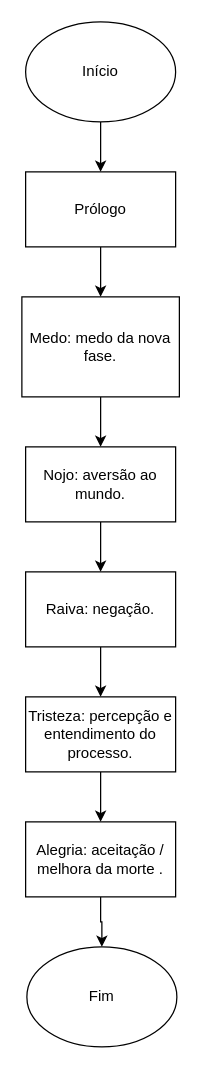
Earlier version of the draw.io diagram jogo_fases.drawio (as1lo/diagramas). Source tidied: cells renumbered, new cells numbered last; positions are measured from the earlier drawing's top-left corner, leaving out a move shared by most shapes. Both pictures are drawn from the tidied source at 125%, with x=0, y=0 at pixel (21, 21).
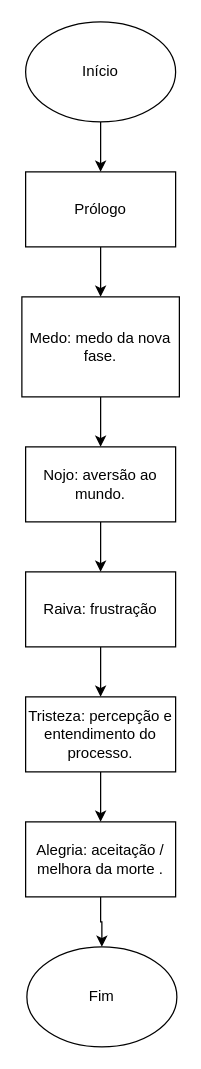
Above is the later version.

The edit, as a diff of the source:
```diff
@@
 <mxGraphModel>
   <root>
     <mxCell id="0" />
     <mxCell id="1" parent="0" />
     <mxCell id="2" style="edgeStyle=orthogonalEdgeStyle;rounded=0;jettySize=auto;html=1;entryX=0.5;entryY=0;entryDx=0;entryDy=0;" parent="1" edge="1" source="3" target="5">
       <mxGeometry relative="1" as="geometry" />
     </mxCell>
     <mxCell id="3" value="Início" style="ellipse;whiteSpace=wrap;html=1;" parent="1" vertex="1">
       <mxGeometry x="3" width="120" height="80" as="geometry" />
     </mxCell>
     <mxCell id="4" style="edgeStyle=orthogonalEdgeStyle;rounded=0;jettySize=auto;html=1;entryX=0.5;entryY=0;entryDx=0;entryDy=0;" parent="1" edge="1" source="5" target="7">
       <mxGeometry relative="1" as="geometry" />
     </mxCell>
     <mxCell id="5" value="Prólogo" style="rounded=0;whiteSpace=wrap;html=1;" parent="1" vertex="1">
       <mxGeometry x="3" y="120" width="120" height="60" as="geometry" />
     </mxCell>
     <mxCell id="6" style="edgeStyle=orthogonalEdgeStyle;rounded=0;jettySize=auto;html=1;entryX=0.5;entryY=0;entryDx=0;entryDy=0;" parent="1" edge="1" source="7" target="9">
       <mxGeometry relative="1" as="geometry" />
     </mxCell>
     <mxCell id="7" value="Medo: medo da nova fase." style="rounded=0;whiteSpace=wrap;html=1;" parent="1" vertex="1">
       <mxGeometry y="220" width="126" height="80" as="geometry" />
     </mxCell>
     <mxCell id="8" style="edgeStyle=orthogonalEdgeStyle;rounded=0;jettySize=auto;html=1;entryX=0.5;entryY=0;entryDx=0;entryDy=0;" parent="1" edge="1" source="9" target="11">
       <mxGeometry relative="1" as="geometry" />
     </mxCell>
     <mxCell id="9" value="Nojo: aversão ao mundo." style="rounded=0;whiteSpace=wrap;html=1;" parent="1" vertex="1">
       <mxGeometry x="3" y="340" width="120" height="60" as="geometry" />
     </mxCell>
     <mxCell id="10" style="edgeStyle=orthogonalEdgeStyle;rounded=0;jettySize=auto;html=1;entryX=0.5;entryY=0;entryDx=0;entryDy=0;" parent="1" edge="1" source="11" target="13">
       <mxGeometry relative="1" as="geometry" />
     </mxCell>
-    <mxCell id="11" value="Raiva: negação." style="rounded=0;whiteSpace=wrap;html=1;" parent="1" vertex="1">
+    <mxCell id="11" value="Raiva: frustração" style="rounded=0;whiteSpace=wrap;html=1;" parent="1" vertex="1">
       <mxGeometry x="3" y="440" width="120" height="60" as="geometry" />
     </mxCell>
     <mxCell id="12" style="edgeStyle=orthogonalEdgeStyle;rounded=0;jettySize=auto;html=1;entryX=0.5;entryY=0;entryDx=0;entryDy=0;" parent="1" edge="1" source="13" target="15">
       <mxGeometry relative="1" as="geometry" />
     </mxCell>
     <mxCell id="13" value="Tristeza: percepção e entendimento do processo." style="rounded=0;whiteSpace=wrap;html=1;" parent="1" vertex="1">
       <mxGeometry x="3" y="540" width="120" height="60" as="geometry" />
     </mxCell>
     <mxCell id="14" style="edgeStyle=orthogonalEdgeStyle;rounded=0;jettySize=auto;html=1;entryX=0.5;entryY=0;entryDx=0;entryDy=0;" parent="1" edge="1" source="15" target="16">
       <mxGeometry relative="1" as="geometry" />
     </mxCell>
     <mxCell id="15" value="Alegria: aceitação / melhora da morte ." style="rounded=0;whiteSpace=wrap;html=1;" parent="1" vertex="1">
       <mxGeometry x="3" y="640" width="120" height="60" as="geometry" />
     </mxCell>
     <mxCell id="16" value="Fim" style="ellipse;whiteSpace=wrap;html=1;" parent="1" vertex="1">
       <mxGeometry x="4" y="740" width="120" height="80" as="geometry" />
     </mxCell>
   </root>
 </mxGraphModel>
```
